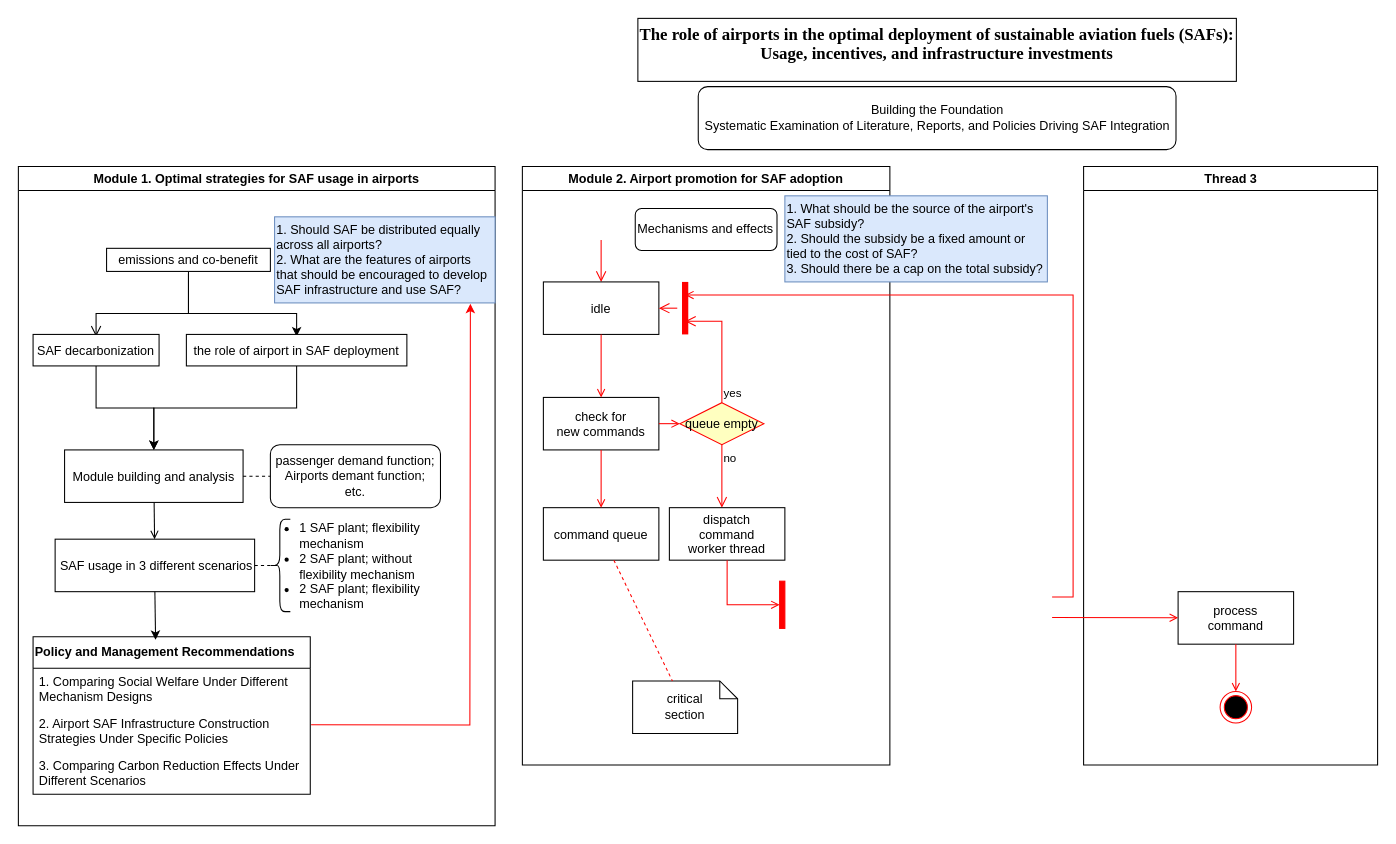
HengfeiMa95/paper-reading keeps this draw.io diagram as 技术路线图.drawio. Above is the earlier version. Source tidied: cells renumbered, new cells numbered last; positions are measured from the earlier drawing's top-left corner, leaving out a move shared by most shapes. Both pictures are drawn from the tidied source at 105%, with x=0, y=0 at pixel (18, 18).
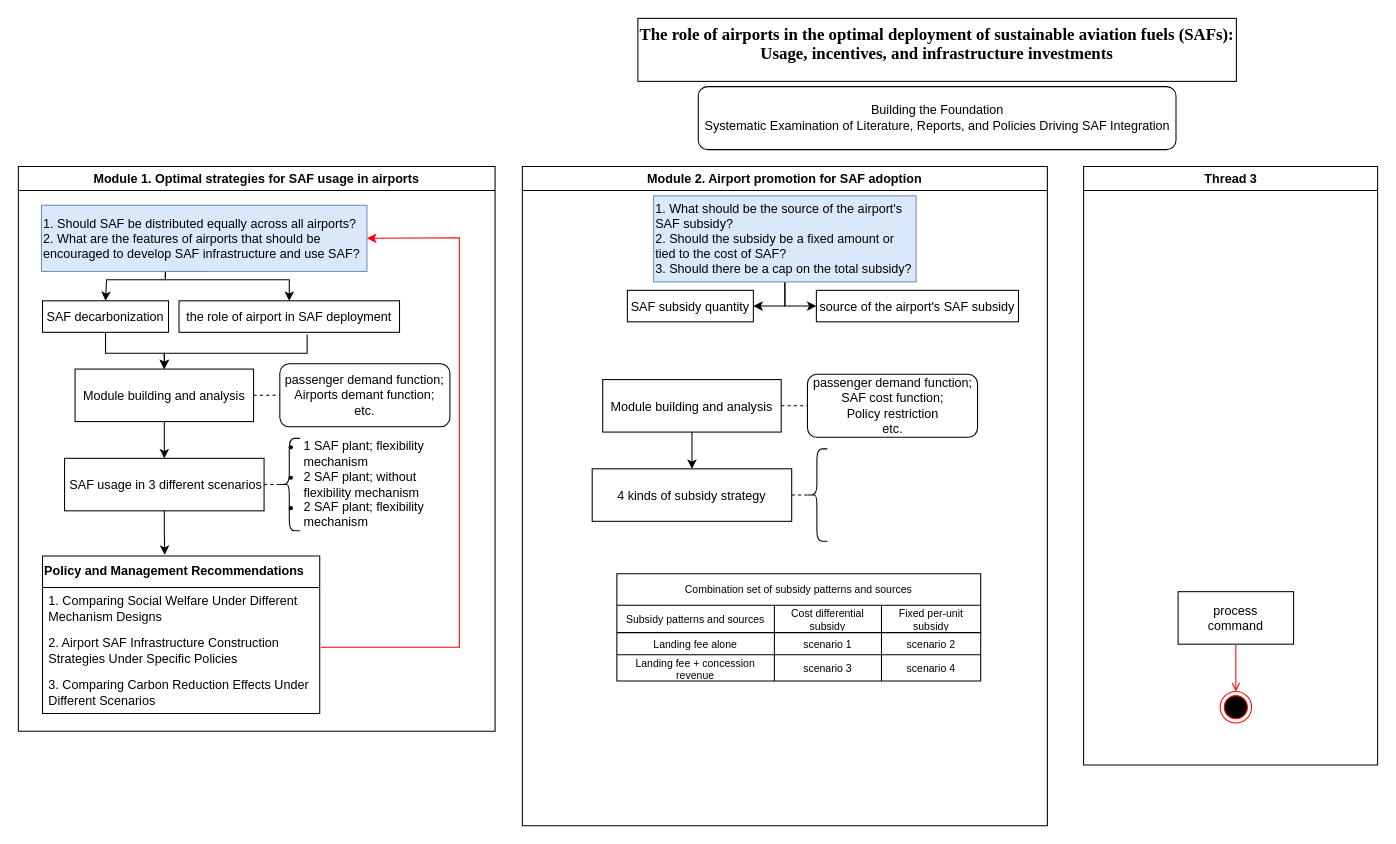
After the change.

Commit message:
Update 技术路线图.drawio

Unchanged cells that the change refers to:
```xml
<mxCell id="20" value="2. Airport SAF Infrastructure Construction Strategies Under Specific Policies" style="text;strokeColor=none;fillColor=none;align=left;verticalAlign=middle;spacingLeft=4;spacingRight=4;overflow=hidden;points=[[0,0.5],[1,0.5]];portConstraint=eastwest;whiteSpace=wrap;html=1;fontFamily=Helvetica;fontSize=12;fontColor=default;" parent="18" vertex="1">
  <mxGeometry y="70" width="264" height="40" as="geometry" />
</mxCell>
<mxCell id="44" value="Thread 3" style="swimlane;whiteSpace=wrap;" parent="1" vertex="1">
  <mxGeometry x="1014.5" y="141" width="280" height="570" as="geometry" />
</mxCell>
<mxCell id="45" value="process&#10;command" parent="44" vertex="1">
  <mxGeometry x="90" y="405" width="110" height="50" as="geometry" />
</mxCell>
```

The edit, as a diff of the source:
```diff
@@
     <mxCell id="2" value="Module 1. Optimal strategies for SAF usage in airports" style="swimlane;whiteSpace=wrap;" parent="1" vertex="1">
-      <mxGeometry y="141" width="454" height="628" as="geometry" />
+      <mxGeometry y="141" width="454" height="538" as="geometry" />
     </mxCell>
-    <mxCell id="3" style="edgeStyle=elbowEdgeStyle;elbow=vertical;verticalAlign=bottom;endArrow=open;endSize=8;strokeColor=#000000;endFill=1;rounded=0;exitX=0.5;exitY=1;exitDx=0;exitDy=0;" parent="2" edge="1" source="10">
-      <mxGeometry x="100" y="40" as="geometry">
-        <mxPoint x="74" y="162" as="targetPoint" />
-        <Array as="points">
-          <mxPoint x="169" y="140" />
-        </Array>
-      </mxGeometry>
-    </mxCell>
@@
     <mxCell id="5" value="SAF decarbonization" parent="2" vertex="1">
-      <mxGeometry x="14" y="160" width="120" height="30" as="geometry" />
+      <mxGeometry x="23" y="128" width="120" height="30" as="geometry" />
     </mxCell>
+    <mxCell id="8" style="edgeStyle=orthogonalEdgeStyle;rounded=0;jettySize=auto;html=1;entryX=0.5;entryY=0;entryDx=0;entryDy=0;fontFamily=Helvetica;fontSize=12;fontColor=default;" parent="2" edge="1" source="6" target="7">
+      <mxGeometry relative="1" as="geometry" />
+    </mxCell>
     <mxCell id="6" value="Module building and analysis" parent="2" vertex="1">
-      <mxGeometry x="44" y="270" width="170" height="50" as="geometry" />
+      <mxGeometry x="54" y="193" width="170" height="50" as="geometry" />
     </mxCell>
     <mxCell id="7" value=" SAF usage in 3 different scenarios" parent="2" vertex="1">
-      <mxGeometry x="35" y="355" width="190" height="50" as="geometry" />
+      <mxGeometry x="44" y="278" width="190" height="50" as="geometry" />
     </mxCell>
-    <mxCell id="8" style="endArrow=open;strokeColor=#000000;endFill=1;rounded=0;" parent="2" edge="1" source="6" target="7">
-      <mxGeometry relative="1" as="geometry" />
-    </mxCell>
-    <mxCell id="9" style="edgeStyle=orthogonalEdgeStyle;rounded=0;orthogonalLoop=1;jettySize=auto;html=1;" parent="2" edge="1">
-      <mxGeometry relative="1" as="geometry">
-        <mxPoint x="162" y="102" as="sourcePoint" />
-        <mxPoint x="265" y="162" as="targetPoint" />
-        <Array as="points">
-          <mxPoint x="162" y="140" />
-          <mxPoint x="265" y="140" />
-        </Array>
-      </mxGeometry>
-    </mxCell>
-    <mxCell id="10" value="emissions and co-benefit" style="rounded=0;whiteSpace=wrap;html=1;" parent="2" vertex="1">
-      <mxGeometry x="84" y="78" width="156" height="22" as="geometry" />
-    </mxCell>
-    <mxCell id="11" style="edgeStyle=orthogonalEdgeStyle;rounded=0;jettySize=auto;html=1;exitX=0.5;exitY=1;exitDx=0;exitDy=0;entryX=0.5;entryY=0;entryDx=0;entryDy=0;" parent="2" edge="1" source="12" target="6">
-      <mxGeometry relative="1" as="geometry" />
-    </mxCell>
+    <mxCell id="53" style="edgeStyle=orthogonalEdgeStyle;rounded=0;orthogonalLoop=1;jettySize=auto;html=1;fontFamily=Helvetica;fontSize=12;fontColor=default;" parent="2" edge="1">
+      <mxGeometry relative="1" as="geometry">
+        <mxPoint x="275" y="160" as="sourcePoint" />
+        <mxPoint x="139" y="193" as="targetPoint" />
+        <Array as="points">
+          <mxPoint x="275" y="178" />
+          <mxPoint x="139" y="178" />
+        </Array>
+      </mxGeometry>
+    </mxCell>
     <mxCell id="12" value="the role of airport in SAF deployment" parent="2" vertex="1">
-      <mxGeometry x="160" y="160" width="210" height="30" as="geometry" />
+      <mxGeometry x="153" y="128" width="210" height="30" as="geometry" />
     </mxCell>
     <mxCell id="13" value="passenger demand function;&lt;div&gt;Airports demant function;&lt;/div&gt;&lt;div&gt;etc.&lt;/div&gt;" style="rounded=1;whiteSpace=wrap;html=1;" parent="2" vertex="1">
-      <mxGeometry x="240" y="265" width="162" height="60" as="geometry" />
+      <mxGeometry x="249" y="188" width="162" height="60" as="geometry" />
     </mxCell>
@@
     <mxCell id="15" style="shape=curlyBracket;whiteSpace=wrap;html=1;rounded=1;labelPosition=left;verticalLabelPosition=middle;align=right;verticalAlign=middle;size=0.5;rotation=0;" parent="2" vertex="1">
-      <mxGeometry x="239" y="336" width="20" height="88" as="geometry" />
+      <mxGeometry x="248" y="259" width="20" height="88" as="geometry" />
     </mxCell>
     <mxCell id="16" value="&lt;ul&gt;&lt;li&gt;1 SAF plant; flexibility mechanism&amp;nbsp;&lt;/li&gt;&lt;li&gt;2 SAF plant; without flexibility mechanism&lt;br&gt;&lt;/li&gt;&lt;li&gt;2 SAF plant; flexibility mechanism&lt;/li&gt;&lt;/ul&gt;" style="text;strokeColor=none;fillColor=none;html=1;whiteSpace=wrap;verticalAlign=middle;overflow=hidden;" parent="2" vertex="1">
-      <mxGeometry x="226" y="320" width="190" height="122" as="geometry" />
+      <mxGeometry x="230" y="242" width="190" height="122" as="geometry" />
     </mxCell>
@@
     <mxCell id="18" value="&lt;span style=&quot;font-weight: 700; text-align: -webkit-center;&quot;&gt;Policy and Management Recommendations&lt;/span&gt;" style="swimlane;fontStyle=0;horizontal=1;startSize=30;whiteSpace=wrap;html=1;align=left;verticalAlign=middle;fontFamily=Helvetica;fontSize=12;fontColor=default;fillColor=none;gradientColor=none;" parent="2" vertex="1">
-      <mxGeometry x="14" y="448" width="264" height="150" as="geometry" />
+      <mxGeometry x="23" y="371" width="264" height="150" as="geometry" />
     </mxCell>
@@
+    <mxCell id="54" style="edgeStyle=orthogonalEdgeStyle;rounded=0;jettySize=auto;html=1;entryX=0.5;entryY=0;entryDx=0;entryDy=0;fontFamily=Helvetica;fontSize=12;fontColor=default;" parent="2" edge="1" source="22" target="12">
+      <mxGeometry relative="1" as="geometry">
+        <Array as="points">
+          <mxPoint x="140" y="108" />
+          <mxPoint x="258" y="108" />
+        </Array>
+      </mxGeometry>
+    </mxCell>
+    <mxCell id="55" style="edgeStyle=orthogonalEdgeStyle;rounded=0;orthogonalLoop=1;jettySize=auto;html=1;entryX=0.5;entryY=0;entryDx=0;entryDy=0;fontFamily=Helvetica;fontSize=12;fontColor=default;" parent="2" edge="1">
+      <mxGeometry relative="1" as="geometry">
+        <mxPoint x="177" y="100" as="sourcePoint" />
+        <mxPoint x="83" y="128" as="targetPoint" />
+        <Array as="points">
+          <mxPoint x="140" y="100" />
+          <mxPoint x="140" y="108" />
+          <mxPoint x="84" y="108" />
+          <mxPoint x="84" y="128" />
+        </Array>
+      </mxGeometry>
+    </mxCell>
     <mxCell id="22" value="1. Should SAF be distributed equally across all airports?&amp;nbsp;&lt;div&gt;&lt;span style=&quot;background-color: initial;&quot;&gt;2. What are the features of airports that should be encouraged to develop SAF infrastructure and use SAF?&lt;/span&gt;&lt;br&gt;&lt;/div&gt;" style="text;strokeColor=#6c8ebf;fillColor=#dae8fc;html=1;whiteSpace=wrap;verticalAlign=middle;overflow=hidden;" parent="2" vertex="1">
-      <mxGeometry x="244" y="48" width="210" height="82" as="geometry" />
+      <mxGeometry x="22" y="37" width="310" height="63" as="geometry" />
     </mxCell>
+    <mxCell id="24" style="endArrow=classic;html=1;rounded=0;fontFamily=Helvetica;fontSize=12;fontColor=default;entryX=1;entryY=0.5;entryDx=0;entryDy=0;strokeColor=#FF0000;" parent="2" edge="1" target="22">
+      <mxGeometry relative="1" as="geometry">
+        <mxPoint x="288" y="458" as="sourcePoint" />
+        <Array as="points">
+          <mxPoint x="420" y="458" />
+          <mxPoint x="420" y="268" />
+          <mxPoint x="420" y="68" />
+        </Array>
+      </mxGeometry>
+    </mxCell>
-    <mxCell id="23" style="endArrow=classic;html=1;rounded=0;fontFamily=Helvetica;fontSize=12;fontColor=default;exitX=0.5;exitY=1;exitDx=0;exitDy=0;entryX=0.442;entryY=0.019;entryDx=0;entryDy=0;entryPerimeter=0;" parent="2" edge="1" source="7" target="18">
+    <mxCell id="23" style="edgeStyle=orthogonalEdgeStyle;rounded=0;jettySize=auto;html=1;entryX=0.441;entryY=-0.007;entryDx=0;entryDy=0;entryPerimeter=0;fontFamily=Helvetica;fontSize=12;fontColor=default;" parent="2" edge="1" source="7" target="18">
       <mxGeometry relative="1" as="geometry" />
     </mxCell>
-    <mxCell id="24" style="endArrow=classic;html=1;rounded=0;fontFamily=Helvetica;fontSize=12;fontColor=default;exitX=1.003;exitY=0.342;exitDx=0;exitDy=0;exitPerimeter=0;entryX=0.888;entryY=1.01;entryDx=0;entryDy=0;entryPerimeter=0;strokeColor=#FF0000;" parent="2" edge="1" source="20" target="22">
-      <mxGeometry relative="1" as="geometry">
-        <Array as="points">
-          <mxPoint x="430" y="532" />
-        </Array>
-      </mxGeometry>
-    </mxCell>
     <mxCell id="25" value="Module 2. Airport promotion for SAF adoption" style="swimlane;whiteSpace=wrap;" parent="1" vertex="1">
-      <mxGeometry x="480" y="141" width="350" height="570" as="geometry" />
+      <mxGeometry x="480" y="141" width="500" height="628" as="geometry" />
     </mxCell>
-    <mxCell id="26" style="edgeStyle=elbowEdgeStyle;elbow=horizontal;verticalAlign=bottom;endArrow=open;endSize=8;strokeColor=#FF0000;endFill=1;rounded=0;" parent="25" edge="1" target="27">
-      <mxGeometry x="40" y="20" as="geometry">
-        <mxPoint x="75" y="70" as="sourcePoint" />
-      </mxGeometry>
-    </mxCell>
-    <mxCell id="27" value="idle" parent="25" vertex="1">
-      <mxGeometry x="20" y="110" width="110" height="50" as="geometry" />
+    <mxCell id="27" value="SAF subsidy quantity" parent="25" vertex="1">
+      <mxGeometry x="100" y="118" width="120" height="30" as="geometry" />
     </mxCell>
-    <mxCell id="28" value="check for &#10;new commands" parent="25" vertex="1">
-      <mxGeometry x="20" y="220" width="110" height="50" as="geometry" />
-    </mxCell>
-    <mxCell id="29" style="endArrow=open;strokeColor=#FF0000;endFill=1;rounded=0;" parent="25" edge="1" source="27" target="28">
-      <mxGeometry relative="1" as="geometry" />
-    </mxCell>
-    <mxCell id="30" value="command queue" parent="25" vertex="1">
-      <mxGeometry x="20" y="325" width="110" height="50" as="geometry" />
-    </mxCell>
-    <mxCell id="31" style="endArrow=open;strokeColor=#FF0000;endFill=1;rounded=0;" parent="25" edge="1" source="28" target="30">
-      <mxGeometry relative="1" as="geometry" />
-    </mxCell>
-    <mxCell id="32" value="queue empty" style="rhombus;fillColor=#ffffc0;strokeColor=#ff0000;" parent="25" vertex="1">
-      <mxGeometry x="150" y="225" width="80" height="40" as="geometry" />
-    </mxCell>
-    <mxCell id="33" value="yes" style="edgeStyle=elbowEdgeStyle;elbow=horizontal;align=left;verticalAlign=bottom;endArrow=open;endSize=8;strokeColor=#FF0000;exitX=0.5;exitY=0;endFill=1;rounded=0;entryX=0.75;entryY=0.5;entryPerimeter=0;" parent="25" edge="1" source="32" target="36">
-      <mxGeometry x="-1" relative="1" as="geometry">
-        <Array as="points">
-          <mxPoint x="190" y="180" />
-        </Array>
-      </mxGeometry>
-    </mxCell>
-    <mxCell id="34" value="no" style="edgeStyle=elbowEdgeStyle;elbow=horizontal;align=left;verticalAlign=top;endArrow=open;endSize=8;strokeColor=#FF0000;endFill=1;rounded=0;" parent="25" edge="1" source="32" target="38">
-      <mxGeometry x="-1" relative="1" as="geometry" />
-    </mxCell>
-    <mxCell id="35" style="endArrow=open;strokeColor=#FF0000;endFill=1;rounded=0;" parent="25" edge="1" source="28" target="32">
-      <mxGeometry relative="1" as="geometry" />
-    </mxCell>
-    <mxCell id="36" style="shape=line;strokeWidth=6;strokeColor=#ff0000;rotation=90;" parent="25" vertex="1">
-      <mxGeometry x="130" y="127.5" width="50" height="15" as="geometry" />
-    </mxCell>
-    <mxCell id="37" style="edgeStyle=elbowEdgeStyle;elbow=horizontal;verticalAlign=bottom;endArrow=open;endSize=8;strokeColor=#FF0000;endFill=1;rounded=0;" parent="25" edge="1" source="36" target="27">
-      <mxGeometry x="130" y="90" as="geometry" />
-    </mxCell>
-    <mxCell id="38" value="dispatch&#10;command&#10;worker thread" parent="25" vertex="1">
-      <mxGeometry x="140" y="325" width="110" height="50" as="geometry" />
-    </mxCell>
-    <mxCell id="39" value="critical&#10;section" style="shape=note;whiteSpace=wrap;size=17;" parent="25" vertex="1">
-      <mxGeometry x="105" y="490" width="100" height="50" as="geometry" />
-    </mxCell>
-    <mxCell id="40" style="endArrow=none;strokeColor=#FF0000;endFill=0;rounded=0;dashed=1;" parent="25" edge="1" source="30" target="39">
-      <mxGeometry relative="1" as="geometry" />
-    </mxCell>
-    <mxCell id="41" style="whiteSpace=wrap;strokeColor=#FF0000;fillColor=#FF0000;" parent="25" vertex="1">
-      <mxGeometry x="245" y="395" width="5" height="45" as="geometry" />
-    </mxCell>
-    <mxCell id="42" style="edgeStyle=elbowEdgeStyle;elbow=horizontal;entryX=0;entryY=0.5;strokeColor=#FF0000;endArrow=open;endFill=1;rounded=0;" parent="25" edge="1" source="38" target="41">
-      <mxGeometry relative="1" as="geometry">
-        <Array as="points">
-          <mxPoint x="195" y="400" />
-        </Array>
-      </mxGeometry>
-    </mxCell>
-    <mxCell id="43" value="Mechanisms and effects" style="rounded=1;whiteSpace=wrap;html=1;align=left;verticalAlign=middle;fillColor=none;gradientColor=none;" parent="25" vertex="1">
-      <mxGeometry x="107.5" y="40" width="135" height="40" as="geometry" />
-    </mxCell>
+    <mxCell id="56" value="source of the airport's SAF subsidy" parent="25" vertex="1">
+      <mxGeometry x="280" y="118" width="192.5" height="30" as="geometry" />
+    </mxCell>
+    <mxCell id="57" style="edgeStyle=orthogonalEdgeStyle;rounded=0;jettySize=auto;html=1;entryX=1;entryY=0.5;entryDx=0;entryDy=0;fontFamily=Helvetica;fontSize=12;fontColor=default;" parent="25" edge="1" source="52" target="27">
+      <mxGeometry relative="1" as="geometry" />
+    </mxCell>
+    <mxCell id="58" style="edgeStyle=orthogonalEdgeStyle;rounded=0;jettySize=auto;html=1;entryX=0;entryY=0.5;entryDx=0;entryDy=0;fontFamily=Helvetica;fontSize=12;fontColor=default;" parent="25" edge="1" source="52" target="56">
+      <mxGeometry relative="1" as="geometry" />
+    </mxCell>
+    <mxCell id="52" value="1. What should be the source of the airport's SAF subsidy?&amp;nbsp;&lt;div&gt;2. Should the subsidy be a fixed amount or tied to the cost of SAF?&amp;nbsp;&lt;/div&gt;&lt;div&gt;3. Should there be a cap on the total subsidy?&lt;/div&gt;" style="text;strokeColor=#6c8ebf;fillColor=#dae8fc;html=1;whiteSpace=wrap;verticalAlign=middle;overflow=hidden;" parent="25" vertex="1">
+      <mxGeometry x="125" y="28" width="250" height="82" as="geometry" />
+    </mxCell>
+    <mxCell id="59" style="edgeStyle=orthogonalEdgeStyle;rounded=0;jettySize=auto;html=1;entryX=0.5;entryY=0;entryDx=0;entryDy=0;fontFamily=Helvetica;fontSize=12;fontColor=default;" parent="25" edge="1" source="60" target="61">
+      <mxGeometry relative="1" as="geometry" />
+    </mxCell>
+    <mxCell id="60" value="Module building and analysis" parent="25" vertex="1">
+      <mxGeometry x="76.5" y="203" width="170" height="50" as="geometry" />
+    </mxCell>
+    <mxCell id="61" value="4 kinds of subsidy strategy" parent="25" vertex="1">
+      <mxGeometry x="66.5" y="288" width="190" height="50" as="geometry" />
+    </mxCell>
+    <mxCell id="62" value="passenger demand function;&lt;div&gt;SAF cost function;&lt;/div&gt;&lt;div&gt;Policy restriction&lt;/div&gt;&lt;div&gt;etc.&lt;/div&gt;" style="rounded=1;whiteSpace=wrap;html=1;" parent="25" vertex="1">
+      <mxGeometry x="271.5" y="198" width="162" height="60" as="geometry" />
+    </mxCell>
+    <mxCell id="63" style="endArrow=none;dashed=1;html=1;rounded=0;exitX=1;exitY=0.5;exitDx=0;exitDy=0;entryX=0;entryY=0.5;entryDx=0;entryDy=0;" parent="25" edge="1" source="60" target="62">
+      <mxGeometry relative="1" as="geometry" />
+    </mxCell>
+    <mxCell id="64" style="shape=curlyBracket;whiteSpace=wrap;html=1;rounded=1;labelPosition=left;verticalLabelPosition=middle;align=right;verticalAlign=middle;size=0.5;rotation=0;" parent="25" vertex="1">
+      <mxGeometry x="270.5" y="269" width="20" height="88" as="geometry" />
+    </mxCell>
+    <mxCell id="65" style="endArrow=none;dashed=1;html=1;rounded=0;fontFamily=Helvetica;fontSize=12;fontColor=default;entryX=0.1;entryY=0.5;entryDx=0;entryDy=0;entryPerimeter=0;exitX=1;exitY=0.5;exitDx=0;exitDy=0;" parent="25" edge="1" source="61" target="64">
+      <mxGeometry relative="1" as="geometry" />
+    </mxCell>
+    <mxCell id="66" value="Combination set of subsidy patterns and sources" style="shape=table;startSize=30;childLayout=tableLayout;strokeColor=default;align=center;verticalAlign=middle;fillColor=none;gradientColor=none;fontSize=10;" parent="25" vertex="1">
+      <mxGeometry x="90" y="388" width="346.5" height="102" as="geometry" />
+    </mxCell>
+    <mxCell id="67" style="shape=tableRow;horizontal=0;startSize=0;swimlaneHead=0;swimlaneBody=0;strokeColor=inherit;top=0;left=0;bottom=0;right=0;fillColor=none;fontSize=16;align=left;verticalAlign=middle;fontFamily=Helvetica;fontColor=default;" parent="66" vertex="1">
+      <mxGeometry y="30" width="346.5" height="26" as="geometry" />
+    </mxCell>
+    <mxCell id="68" value="Subsidy patterns and sources" style="shape=partialRectangle;html=1;whiteSpace=wrap;strokeColor=inherit;overflow=hidden;fillColor=none;top=0;left=0;bottom=0;right=0;align=center;verticalAlign=middle;fontSize=10;" parent="67" vertex="1">
+      <mxGeometry width="150" height="26" as="geometry" />
+    </mxCell>
+    <mxCell id="69" value="Cost differential subsidy" style="shape=partialRectangle;html=1;whiteSpace=wrap;strokeColor=inherit;overflow=hidden;fillColor=none;top=0;left=0;bottom=0;right=0;align=center;verticalAlign=middle;fontSize=10;" parent="67" vertex="1">
+      <mxGeometry x="150" width="102" height="26" as="geometry" />
+    </mxCell>
+    <mxCell id="70" value="Fixed per-unit subsidy" style="shape=partialRectangle;html=1;whiteSpace=wrap;strokeColor=inherit;overflow=hidden;fillColor=none;top=0;left=0;bottom=0;right=0;align=center;verticalAlign=middle;fontSize=10;" parent="67" vertex="1">
+      <mxGeometry x="252" width="95" height="26" as="geometry" />
+    </mxCell>
+    <mxCell id="71" style="shape=tableRow;horizontal=0;startSize=0;swimlaneHead=0;swimlaneBody=0;strokeColor=inherit;top=0;left=0;bottom=0;right=0;fillColor=none;fontSize=16;align=left;verticalAlign=middle;fontFamily=Helvetica;fontColor=default;" parent="66" vertex="1">
+      <mxGeometry y="56" width="346.5" height="21" as="geometry" />
+    </mxCell>
+    <mxCell id="72" value="Landing fee alone" style="shape=partialRectangle;html=1;whiteSpace=wrap;strokeColor=inherit;overflow=hidden;fillColor=none;top=0;left=0;bottom=0;right=0;align=center;verticalAlign=middle;fontSize=10;" parent="71" vertex="1">
+      <mxGeometry width="150" height="21" as="geometry" />
+    </mxCell>
+    <mxCell id="73" value="scenario 1" style="shape=partialRectangle;html=1;whiteSpace=wrap;strokeColor=inherit;overflow=hidden;fillColor=none;top=0;left=0;bottom=0;right=0;fontSize=10;align=center;verticalAlign=middle;fontFamily=Helvetica;fontColor=default;" parent="71" vertex="1">
+      <mxGeometry x="150" width="102" height="21" as="geometry" />
+    </mxCell>
+    <mxCell id="74" value="scenario 2" style="shape=partialRectangle;html=1;whiteSpace=wrap;strokeColor=inherit;overflow=hidden;fillColor=none;top=0;left=0;bottom=0;right=0;fontSize=10;align=center;verticalAlign=middle;fontFamily=Helvetica;fontColor=default;" parent="71" vertex="1">
+      <mxGeometry x="252" width="95" height="21" as="geometry" />
+    </mxCell>
+    <mxCell id="75" style="shape=tableRow;horizontal=0;startSize=0;swimlaneHead=0;swimlaneBody=0;strokeColor=inherit;top=0;left=0;bottom=0;right=0;fillColor=none;fontSize=16;align=left;verticalAlign=middle;fontFamily=Helvetica;fontColor=default;" parent="66" vertex="1">
+      <mxGeometry y="77" width="346.5" height="25" as="geometry" />
+    </mxCell>
+    <mxCell id="76" value="Landing fee + concession revenue" style="shape=partialRectangle;html=1;whiteSpace=wrap;strokeColor=inherit;overflow=hidden;fillColor=none;top=0;left=0;bottom=0;right=0;align=center;verticalAlign=middle;fontSize=10;" parent="75" vertex="1">
+      <mxGeometry width="150" height="25" as="geometry" />
+    </mxCell>
+    <mxCell id="77" value="scenario 3" style="shape=partialRectangle;html=1;whiteSpace=wrap;strokeColor=inherit;overflow=hidden;fillColor=none;top=0;left=0;bottom=0;right=0;fontSize=10;align=center;verticalAlign=middle;fontFamily=Helvetica;fontColor=default;" parent="75" vertex="1">
+      <mxGeometry x="150" width="102" height="25" as="geometry" />
+    </mxCell>
+    <mxCell id="78" value="scenario 4" style="shape=partialRectangle;html=1;whiteSpace=wrap;strokeColor=inherit;overflow=hidden;fillColor=none;top=0;left=0;bottom=0;right=0;fontSize=10;align=center;verticalAlign=middle;fontFamily=Helvetica;fontColor=default;" parent="75" vertex="1">
+      <mxGeometry x="252" width="95" height="25" as="geometry" />
+    </mxCell>
@@
-    <mxCell id="46" style="edgeStyle=elbowEdgeStyle;elbow=horizontal;strokeColor=#FF0000;endArrow=open;endFill=1;rounded=0;entryX=0.25;entryY=0.5;entryPerimeter=0;" parent="44" edge="1" target="36">
-      <mxGeometry relative="1" as="geometry">
-        <mxPoint x="-30" y="410" as="sourcePoint" />
-        <Array as="points">
-          <mxPoint x="-10" y="135" />
-        </Array>
-      </mxGeometry>
-    </mxCell>
-    <mxCell id="47" style="edgeStyle=none;strokeColor=#FF0000;endArrow=open;endFill=1;rounded=0;" parent="44" edge="1" target="45">
-      <mxGeometry relative="1" as="geometry">
-        <mxPoint x="-30" y="429.5" as="sourcePoint" />
-      </mxGeometry>
-    </mxCell>
@@
-    <mxCell id="52" value="1. What should be the source of the airport's SAF subsidy?&amp;nbsp;&lt;div&gt;2. Should the subsidy be a fixed amount or tied to the cost of SAF?&amp;nbsp;&lt;/div&gt;&lt;div&gt;3. Should there be a cap on the total subsidy?&lt;/div&gt;" style="text;strokeColor=#6c8ebf;fillColor=#dae8fc;html=1;whiteSpace=wrap;verticalAlign=middle;overflow=hidden;" parent="1" vertex="1">
-      <mxGeometry x="730" y="169" width="250" height="82" as="geometry" />
-    </mxCell>
```
